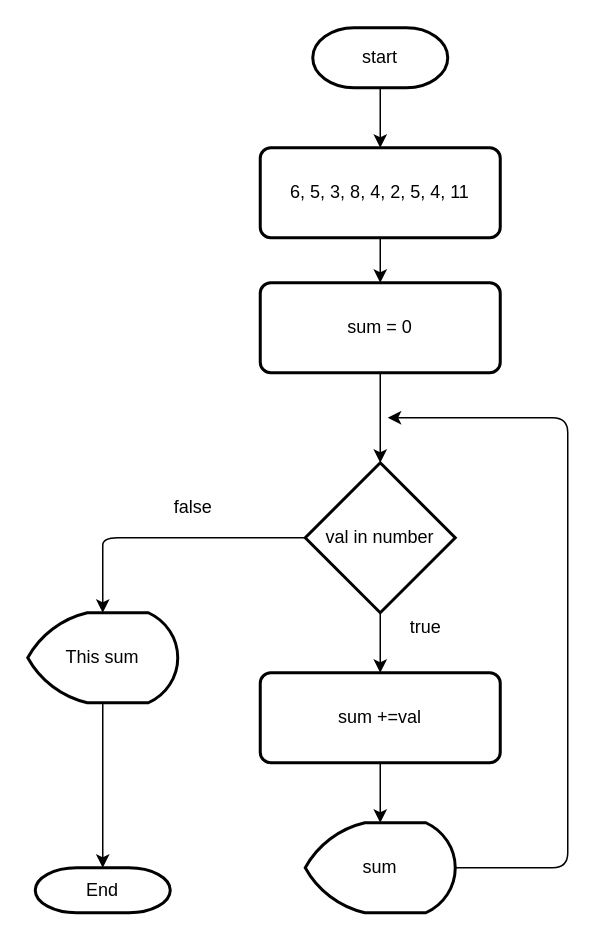
This is L03test/CalcuRunning.drawio from Thanormsaksudsee/INET-Python, a draw.io file, before an edit. Source tidied: cells renumbered, new cells numbered last; positions are measured from the earlier drawing's top-left corner, leaving out a move shared by most shapes. Both pictures are drawn from the tidied source at 150%, with x=0, y=0 at pixel (27, 27).
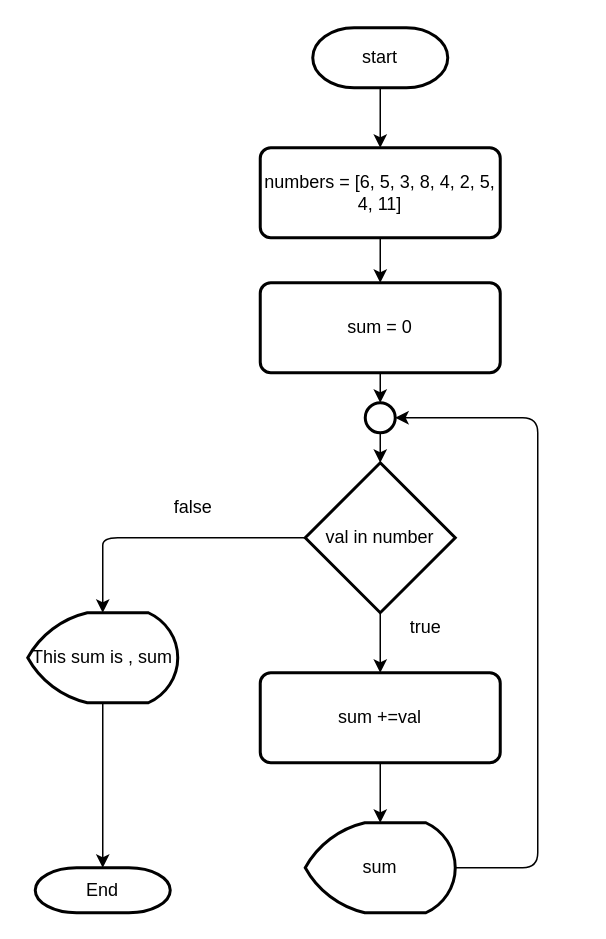
The same diagram, later.

Unchanged cells that the change refers to:
```xml
<mxCell id="8" value="sum = 0" style="rounded=1;whiteSpace=wrap;html=1;absoluteArcSize=1;arcSize=14;strokeWidth=2;" parent="1" vertex="1">
  <mxGeometry x="155" y="170" width="160" height="60" as="geometry" />
</mxCell>
<mxCell id="10" value="val in number" style="strokeWidth=2;html=1;shape=mxgraph.flowchart.decision;whiteSpace=wrap;" parent="1" vertex="1">
  <mxGeometry x="185" y="290" width="100" height="100" as="geometry" />
</mxCell>
<mxCell id="14" value="sum" style="strokeWidth=2;html=1;shape=mxgraph.flowchart.display;whiteSpace=wrap;" parent="1" vertex="1">
  <mxGeometry x="185" y="530" width="100" height="60" as="geometry" />
</mxCell>
```

What changed in the source:
```diff
@@
-    <mxCell id="5" value="6, 5, 3, 8, 4, 2, 5, 4, 11" style="rounded=1;whiteSpace=wrap;html=1;absoluteArcSize=1;arcSize=14;strokeWidth=2;" parent="1" vertex="1">
+    <mxCell id="5" value="numbers = [6, 5, 3, 8, 4, 2, 5, 4, 11]" style="rounded=1;whiteSpace=wrap;html=1;absoluteArcSize=1;arcSize=14;strokeWidth=2;" parent="1" vertex="1">
       <mxGeometry x="155" y="80" width="160" height="60" as="geometry" />
     </mxCell>
-    <mxCell id="6" style="edgeStyle=none;html=1;exitX=0.5;exitY=1;exitDx=0;exitDy=0;entryX=0.5;entryY=0;entryDx=0;entryDy=0;entryPerimeter=0;" parent="1" edge="1" source="8" target="10">
-      <mxGeometry relative="1" as="geometry" />
-    </mxCell>
@@
+    <mxCell id="20" style="edgeStyle=none;html=1;exitX=0.5;exitY=1;exitDx=0;exitDy=0;entryX=0.5;entryY=0;entryDx=0;entryDy=0;entryPerimeter=0;" parent="1" edge="1" source="8" target="23">
+      <mxGeometry relative="1" as="geometry" />
+    </mxCell>
@@
-    <mxCell id="13" style="edgeStyle=none;html=1;exitX=1;exitY=0.5;exitDx=0;exitDy=0;exitPerimeter=0;" parent="1" edge="1" source="14">
-      <mxGeometry relative="1" as="geometry">
-        <mxPoint x="240" y="260" as="targetPoint" />
-        <Array as="points">
-          <mxPoint x="360" y="560" />
-          <mxPoint x="360" y="260" />
-        </Array>
-      </mxGeometry>
-    </mxCell>
+    <mxCell id="21" style="edgeStyle=none;html=1;exitX=1;exitY=0.5;exitDx=0;exitDy=0;exitPerimeter=0;entryX=1;entryY=0.5;entryDx=0;entryDy=0;entryPerimeter=0;" parent="1" edge="1" source="14" target="23">
+      <mxGeometry relative="1" as="geometry">
+        <Array as="points">
+          <mxPoint x="340" y="560" />
+          <mxPoint x="340" y="260" />
+        </Array>
+      </mxGeometry>
+    </mxCell>
@@
-    <mxCell id="16" value="This sum" style="strokeWidth=2;html=1;shape=mxgraph.flowchart.display;whiteSpace=wrap;" parent="1" vertex="1">
+    <mxCell id="16" value="This sum is , sum" style="strokeWidth=2;html=1;shape=mxgraph.flowchart.display;whiteSpace=wrap;" parent="1" vertex="1">
       <mxGeometry y="390" width="100" height="60" as="geometry" />
     </mxCell>
@@
+    <mxCell id="22" style="edgeStyle=none;html=1;exitX=0.5;exitY=1;exitDx=0;exitDy=0;exitPerimeter=0;entryX=0.5;entryY=0;entryDx=0;entryDy=0;entryPerimeter=0;" parent="1" edge="1" source="23" target="10">
+      <mxGeometry relative="1" as="geometry" />
+    </mxCell>
+    <mxCell id="23" style="strokeWidth=2;html=1;shape=mxgraph.flowchart.start_2;whiteSpace=wrap;" parent="1" vertex="1">
+      <mxGeometry x="225" y="250" width="20" height="20" as="geometry" />
+    </mxCell>
```
